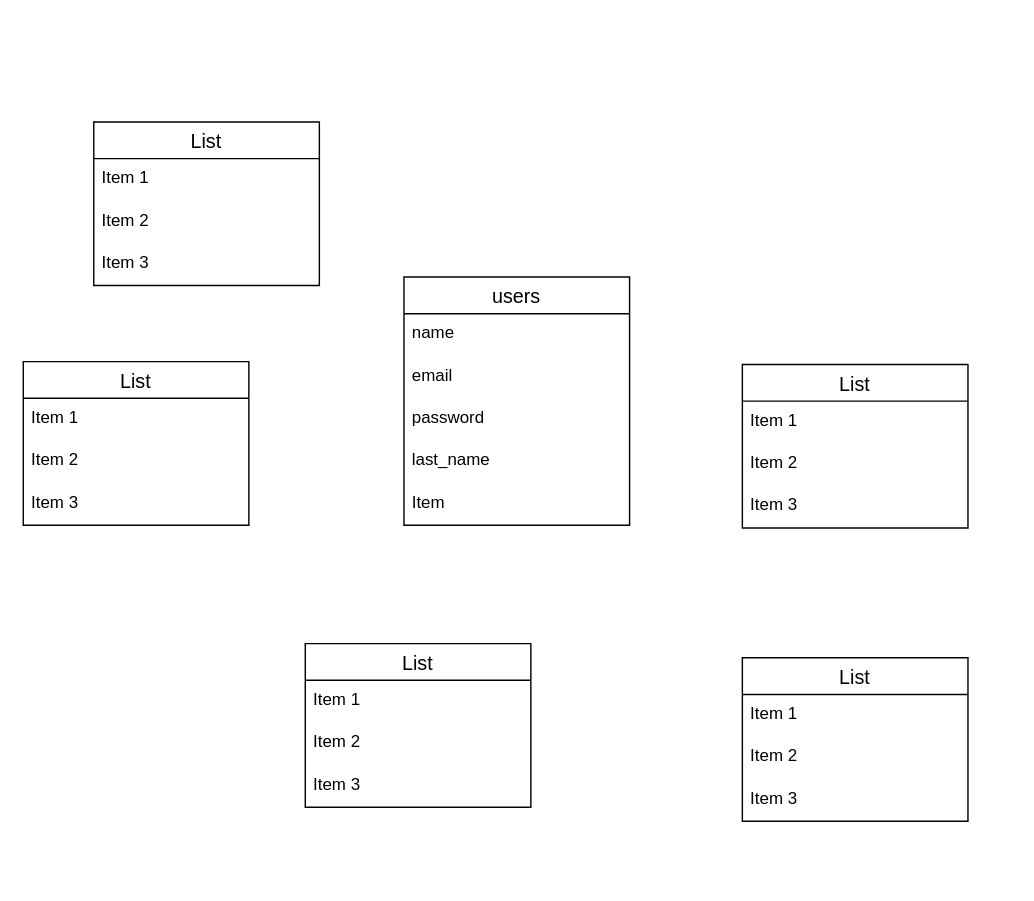
Before: database.dio in tatsuhiko-ooya/repair, a draw.io diagram. Source tidied: cells renumbered, new cells numbered last; positions are measured from the earlier drawing's top-left corner, leaving out a move shared by most shapes. Both pictures are drawn from the tidied source at 141%, with x=0, y=0 at pixel (23, 121).
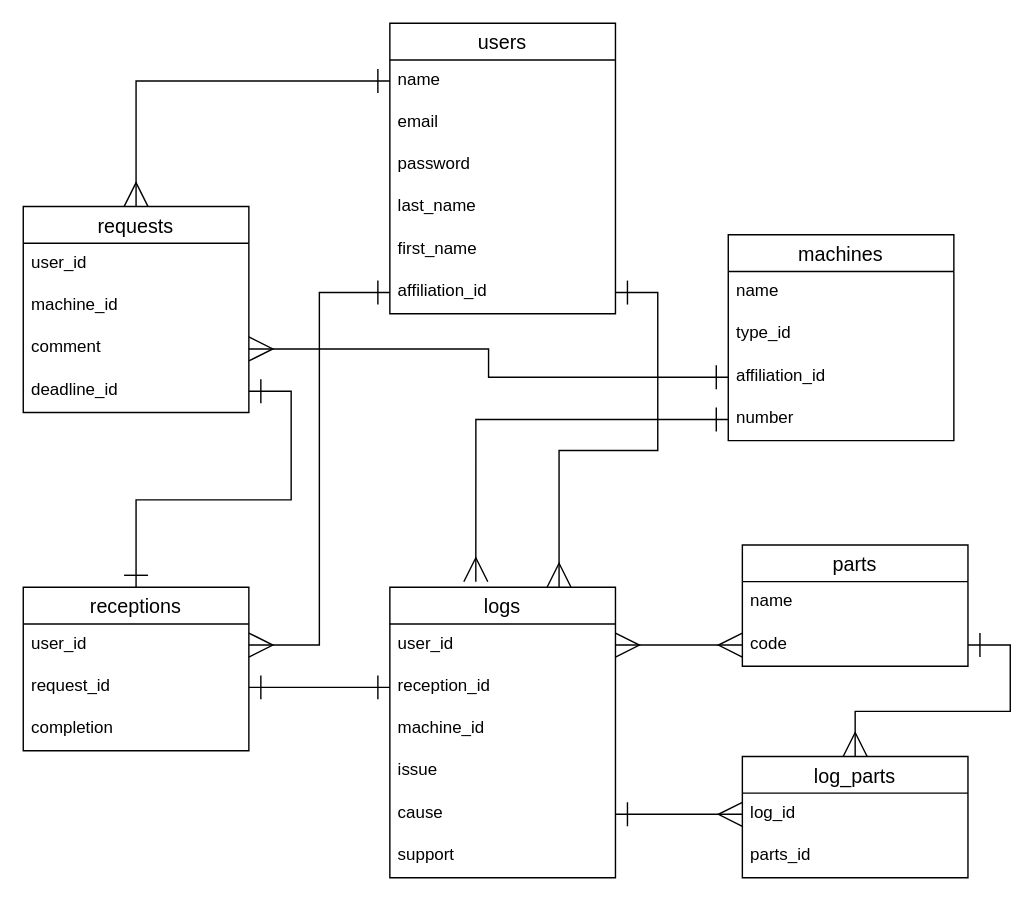
The same page after the edit.

Unchanged cells that the change refers to:
```xml
<mxCell id="3" value="name&#10;" style="text;strokeColor=none;fillColor=none;spacingLeft=4;spacingRight=4;overflow=hidden;points=[[0,0.5],[1,0.5]];portConstraint=eastwest;fontSize=12;" parent="2" vertex="1">
  <mxGeometry y="26" width="160" height="30" as="geometry" />
</mxCell>
```

What changed in the source:
```diff
@@
     <mxCell id="2" value="users" style="swimlane;fontStyle=0;horizontal=1;startSize=26;align=center;fontSize=14;" parent="1" vertex="1">
-      <mxGeometry x="270" y="110" width="160" height="176" as="geometry" />
+      <mxGeometry x="260" y="-70" width="160" height="206" as="geometry" />
     </mxCell>
@@
-    <mxCell id="7" value="Item" style="text;strokeColor=none;fillColor=none;spacingLeft=4;spacingRight=4;overflow=hidden;fontSize=12;" parent="2" vertex="1">
+    <mxCell id="7" value="first_name" style="text;strokeColor=none;fillColor=none;spacingLeft=4;spacingRight=4;overflow=hidden;fontSize=12;" parent="2" vertex="1">
       <mxGeometry y="146" width="160" height="30" as="geometry" />
     </mxCell>
+    <mxCell id="28" value="affiliation_id" style="text;strokeColor=none;fillColor=none;spacingLeft=4;spacingRight=4;overflow=hidden;points=[[0,0.5],[1,0.5]];portConstraint=eastwest;fontSize=12;" parent="2" vertex="1">
+      <mxGeometry y="176" width="160" height="30" as="geometry" />
+    </mxCell>
-    <mxCell id="8" value="List" style="swimlane;fontStyle=0;horizontal=1;startSize=26;align=center;fontSize=14;" parent="1" vertex="1">
-      <mxGeometry x="50" width="160" height="116" as="geometry" />
+    <mxCell id="8" value="machines" style="swimlane;fontStyle=0;horizontal=1;startSize=26;align=center;fontSize=14;" parent="1" vertex="1">
+      <mxGeometry x="500" y="80" width="160" height="146" as="geometry" />
     </mxCell>
-    <mxCell id="9" value="Item 1" style="text;strokeColor=none;fillColor=none;spacingLeft=4;spacingRight=4;overflow=hidden;fontSize=12;" parent="8" vertex="1">
+    <mxCell id="9" value="name" style="text;strokeColor=none;fillColor=none;spacingLeft=4;spacingRight=4;overflow=hidden;fontSize=12;" parent="8" vertex="1">
       <mxGeometry y="26" width="160" height="30" as="geometry" />
     </mxCell>
-    <mxCell id="10" value="Item 2" style="text;strokeColor=none;fillColor=none;spacingLeft=4;spacingRight=4;overflow=hidden;fontSize=12;" parent="8" vertex="1">
+    <mxCell id="10" value="type_id" style="text;strokeColor=none;fillColor=none;spacingLeft=4;spacingRight=4;overflow=hidden;fontSize=12;" parent="8" vertex="1">
       <mxGeometry y="56" width="160" height="30" as="geometry" />
     </mxCell>
-    <mxCell id="11" value="Item 3" style="text;strokeColor=none;fillColor=none;spacingLeft=4;spacingRight=4;overflow=hidden;points=[[0,0.5],[1,0.5]];portConstraint=eastwest;fontSize=12;" parent="8" vertex="1">
+    <mxCell id="11" value="affiliation_id" style="text;strokeColor=none;fillColor=none;spacingLeft=4;spacingRight=4;overflow=hidden;points=[[0,0.5],[1,0.5]];portConstraint=eastwest;fontSize=12;" parent="8" vertex="1">
       <mxGeometry y="86" width="160" height="30" as="geometry" />
     </mxCell>
+    <mxCell id="29" value="number" style="text;strokeColor=none;fillColor=none;spacingLeft=4;spacingRight=4;overflow=hidden;points=[[0,0.5],[1,0.5]];portConstraint=eastwest;fontSize=12;" parent="8" vertex="1">
+      <mxGeometry y="116" width="160" height="30" as="geometry" />
+    </mxCell>
-    <mxCell id="12" value="List" style="swimlane;fontStyle=0;horizontal=1;startSize=26;align=center;fontSize=14;" parent="1" vertex="1">
-      <mxGeometry x="510" y="172" width="160" height="116" as="geometry" />
+    <mxCell id="12" value="logs" style="swimlane;fontStyle=0;horizontal=1;startSize=26;align=center;fontSize=14;" parent="1" vertex="1">
+      <mxGeometry x="260" y="330" width="160" height="206" as="geometry" />
     </mxCell>
-    <mxCell id="13" value="Item 1" style="text;strokeColor=none;fillColor=none;spacingLeft=4;spacingRight=4;overflow=hidden;points=[[0,0.5],[1,0.5]];portConstraint=eastwest;fontSize=12;" parent="12" vertex="1">
+    <mxCell id="13" value="user_id" style="text;strokeColor=none;fillColor=none;spacingLeft=4;spacingRight=4;overflow=hidden;points=[[0,0.5],[1,0.5]];portConstraint=eastwest;fontSize=12;" parent="12" vertex="1">
       <mxGeometry y="26" width="160" height="30" as="geometry" />
     </mxCell>
-    <mxCell id="14" value="Item 2" style="text;strokeColor=none;fillColor=none;spacingLeft=4;spacingRight=4;overflow=hidden;points=[[0,0.5],[1,0.5]];portConstraint=eastwest;fontSize=12;" parent="12" vertex="1">
+    <mxCell id="14" value="reception_id" style="text;strokeColor=none;fillColor=none;spacingLeft=4;spacingRight=4;overflow=hidden;points=[[0,0.5],[1,0.5]];portConstraint=eastwest;fontSize=12;" parent="12" vertex="1">
       <mxGeometry y="56" width="160" height="30" as="geometry" />
     </mxCell>
+    <mxCell id="30" value="machine_id" style="text;strokeColor=none;fillColor=none;spacingLeft=4;spacingRight=4;overflow=hidden;fontSize=12;" parent="12" vertex="1">
+      <mxGeometry y="86" width="160" height="30" as="geometry" />
+    </mxCell>
-    <mxCell id="15" value="Item 3" style="text;strokeColor=none;fillColor=none;spacingLeft=4;spacingRight=4;overflow=hidden;fontSize=12;" parent="12" vertex="1">
-      <mxGeometry y="86" width="160" height="30" as="geometry" />
+    <mxCell id="15" value="issue" style="text;strokeColor=none;fillColor=none;spacingLeft=4;spacingRight=4;overflow=hidden;fontSize=12;" parent="12" vertex="1">
+      <mxGeometry y="116" width="160" height="30" as="geometry" />
     </mxCell>
+    <mxCell id="31" value="cause" style="text;strokeColor=none;fillColor=none;spacingLeft=4;spacingRight=4;overflow=hidden;points=[[0,0.5],[1,0.5]];portConstraint=eastwest;fontSize=12;" parent="12" vertex="1">
+      <mxGeometry y="146" width="160" height="30" as="geometry" />
+    </mxCell>
+    <mxCell id="32" value="support" style="text;strokeColor=none;fillColor=none;spacingLeft=4;spacingRight=4;overflow=hidden;fontSize=12;" parent="12" vertex="1">
+      <mxGeometry y="176" width="160" height="30" as="geometry" />
+    </mxCell>
-    <mxCell id="16" value="List" style="swimlane;fontStyle=0;horizontal=1;startSize=26;align=center;fontSize=14;" parent="1" vertex="1">
-      <mxGeometry x="510" y="380" width="160" height="116" as="geometry" />
+    <mxCell id="16" value="parts" style="swimlane;fontStyle=0;horizontal=1;startSize=26;align=center;fontSize=14;" parent="1" vertex="1">
+      <mxGeometry x="510" y="300" width="160" height="86" as="geometry" />
     </mxCell>
-    <mxCell id="17" value="Item 1" style="text;strokeColor=none;fillColor=none;spacingLeft=4;spacingRight=4;overflow=hidden;fontSize=12;" parent="16" vertex="1">
+    <mxCell id="17" value="name" style="text;strokeColor=none;fillColor=none;spacingLeft=4;spacingRight=4;overflow=hidden;fontSize=12;" parent="16" vertex="1">
       <mxGeometry y="26" width="160" height="30" as="geometry" />
     </mxCell>
-    <mxCell id="18" value="Item 2" style="text;strokeColor=none;fillColor=none;spacingLeft=4;spacingRight=4;overflow=hidden;points=[[0,0.5],[1,0.5]];portConstraint=eastwest;fontSize=12;" parent="16" vertex="1">
+    <mxCell id="18" value="code" style="text;strokeColor=none;fillColor=none;spacingLeft=4;spacingRight=4;overflow=hidden;points=[[0,0.5],[1,0.5]];portConstraint=eastwest;fontSize=12;" parent="16" vertex="1">
       <mxGeometry y="56" width="160" height="30" as="geometry" />
     </mxCell>
-    <mxCell id="19" value="Item 3" style="text;strokeColor=none;fillColor=none;spacingLeft=4;spacingRight=4;overflow=hidden;fontSize=12;" parent="16" vertex="1">
-      <mxGeometry y="86" width="160" height="30" as="geometry" />
-    </mxCell>
-    <mxCell id="20" value="List" style="swimlane;fontStyle=0;horizontal=1;startSize=26;align=center;fontSize=14;" parent="1" vertex="1">
-      <mxGeometry y="170" width="160" height="116" as="geometry" />
+    <mxCell id="20" value="requests" style="swimlane;fontStyle=0;horizontal=1;startSize=26;align=center;fontSize=14;" parent="1" vertex="1">
+      <mxGeometry y="60" width="160" height="146" as="geometry" />
     </mxCell>
-    <mxCell id="21" value="Item 1" style="text;strokeColor=none;fillColor=none;spacingLeft=4;spacingRight=4;overflow=hidden;fontSize=12;" parent="20" vertex="1">
+    <mxCell id="21" value="user_id" style="text;strokeColor=none;fillColor=none;spacingLeft=4;spacingRight=4;overflow=hidden;fontSize=12;" parent="20" vertex="1">
       <mxGeometry y="26" width="160" height="30" as="geometry" />
     </mxCell>
-    <mxCell id="22" value="Item 2" style="text;strokeColor=none;fillColor=none;spacingLeft=4;spacingRight=4;overflow=hidden;fontSize=12;" parent="20" vertex="1">
+    <mxCell id="22" value="machine_id" style="text;strokeColor=none;fillColor=none;spacingLeft=4;spacingRight=4;overflow=hidden;fontSize=12;" parent="20" vertex="1">
       <mxGeometry y="56" width="160" height="30" as="geometry" />
     </mxCell>
-    <mxCell id="23" value="Item 3" style="text;strokeColor=none;fillColor=none;spacingLeft=4;spacingRight=4;overflow=hidden;points=[[0,0.5],[1,0.5]];portConstraint=eastwest;fontSize=12;" parent="20" vertex="1">
+    <mxCell id="23" value="comment" style="text;strokeColor=none;fillColor=none;spacingLeft=4;spacingRight=4;overflow=hidden;points=[[0,0.5],[1,0.5]];portConstraint=eastwest;fontSize=12;" parent="20" vertex="1">
       <mxGeometry y="86" width="160" height="30" as="geometry" />
     </mxCell>
+    <mxCell id="33" value="deadline_id" style="text;strokeColor=none;fillColor=none;spacingLeft=4;spacingRight=4;overflow=hidden;points=[[0,0.5],[1,0.5]];portConstraint=eastwest;fontSize=12;" parent="20" vertex="1">
+      <mxGeometry y="116" width="160" height="30" as="geometry" />
+    </mxCell>
-    <mxCell id="24" value="List" style="swimlane;fontStyle=0;horizontal=1;startSize=26;align=center;fontSize=14;" parent="1" vertex="1">
-      <mxGeometry x="200" y="370" width="160" height="116" as="geometry" />
+    <mxCell id="24" value="receptions" style="swimlane;fontStyle=0;horizontal=1;startSize=26;align=center;fontSize=14;" parent="1" vertex="1">
+      <mxGeometry y="330" width="160" height="116" as="geometry" />
     </mxCell>
-    <mxCell id="25" value="Item 1" style="text;strokeColor=none;fillColor=none;spacingLeft=4;spacingRight=4;overflow=hidden;points=[[0,0.5],[1,0.5]];portConstraint=eastwest;fontSize=12;" parent="24" vertex="1">
+    <mxCell id="25" value="user_id" style="text;strokeColor=none;fillColor=none;spacingLeft=4;spacingRight=4;overflow=hidden;points=[[0,0.5],[1,0.5]];portConstraint=eastwest;fontSize=12;" parent="24" vertex="1">
       <mxGeometry y="26" width="160" height="30" as="geometry" />
     </mxCell>
-    <mxCell id="26" value="Item 2" style="text;strokeColor=none;fillColor=none;spacingLeft=4;spacingRight=4;overflow=hidden;points=[[0,0.5],[1,0.5]];portConstraint=eastwest;fontSize=12;" parent="24" vertex="1">
+    <mxCell id="26" value="request_id" style="text;strokeColor=none;fillColor=none;spacingLeft=4;spacingRight=4;overflow=hidden;points=[[0,0.5],[1,0.5]];portConstraint=eastwest;fontSize=12;" parent="24" vertex="1">
       <mxGeometry y="56" width="160" height="30" as="geometry" />
     </mxCell>
-    <mxCell id="27" value="Item 3" style="text;strokeColor=none;fillColor=none;spacingLeft=4;spacingRight=4;overflow=hidden;fontSize=12;" parent="24" vertex="1">
+    <mxCell id="27" value="completion" style="text;strokeColor=none;fillColor=none;spacingLeft=4;spacingRight=4;overflow=hidden;fontSize=12;" parent="24" vertex="1">
       <mxGeometry y="86" width="160" height="30" as="geometry" />
     </mxCell>
+    <mxCell id="34" value="log_parts" style="swimlane;fontStyle=0;horizontal=1;startSize=26;align=center;fontSize=14;" parent="1" vertex="1">
+      <mxGeometry x="510" y="450" width="160" height="86" as="geometry" />
+    </mxCell>
+    <mxCell id="35" value="log_id" style="text;strokeColor=none;fillColor=none;spacingLeft=4;spacingRight=4;overflow=hidden;points=[[0,0.5],[1,0.5]];portConstraint=eastwest;fontSize=12;" parent="34" vertex="1">
+      <mxGeometry y="26" width="160" height="30" as="geometry" />
+    </mxCell>
+    <mxCell id="36" value="parts_id" style="text;strokeColor=none;fillColor=none;spacingLeft=4;spacingRight=4;overflow=hidden;fontSize=12;" parent="34" vertex="1">
+      <mxGeometry y="56" width="160" height="30" as="geometry" />
+    </mxCell>
+    <mxCell id="37" style="edgeStyle=orthogonalEdgeStyle;rounded=0;jettySize=auto;html=1;exitX=1;exitY=0.5;exitDx=0;exitDy=0;entryX=0.75;entryY=0;entryDx=0;entryDy=0;startArrow=ERone;startFill=0;startSize=15;endArrow=ERmany;endFill=0;endSize=15;" parent="1" edge="1" source="28" target="12">
+      <mxGeometry relative="1" as="geometry" />
+    </mxCell>
+    <mxCell id="38" style="edgeStyle=orthogonalEdgeStyle;rounded=0;jettySize=auto;html=1;exitX=1;exitY=0.5;exitDx=0;exitDy=0;startArrow=ERone;startFill=0;startSize=15;endArrow=ERone;endFill=0;endSize=15;" parent="1" edge="1" source="33" target="24">
+      <mxGeometry relative="1" as="geometry" />
+    </mxCell>
+    <mxCell id="39" style="edgeStyle=orthogonalEdgeStyle;rounded=0;jettySize=auto;html=1;exitX=1;exitY=0.5;exitDx=0;exitDy=0;entryX=0;entryY=0.5;entryDx=0;entryDy=0;startArrow=ERone;startFill=0;startSize=15;endArrow=ERone;endFill=0;endSize=15;" parent="1" edge="1" source="26" target="14">
+      <mxGeometry relative="1" as="geometry" />
+    </mxCell>
+    <mxCell id="40" style="edgeStyle=orthogonalEdgeStyle;rounded=0;jettySize=auto;html=1;exitX=1;exitY=0.5;exitDx=0;exitDy=0;entryX=0;entryY=0.5;entryDx=0;entryDy=0;startArrow=ERmany;startFill=0;startSize=15;endArrow=ERmany;endFill=0;endSize=15;" parent="1" edge="1" source="13" target="18">
+      <mxGeometry relative="1" as="geometry" />
+    </mxCell>
+    <mxCell id="41" style="edgeStyle=orthogonalEdgeStyle;rounded=0;jettySize=auto;html=1;exitX=1;exitY=0.5;exitDx=0;exitDy=0;startArrow=ERone;startFill=0;startSize=15;endArrow=ERmany;endFill=0;endSize=15;" parent="1" edge="1" source="18" target="34">
+      <mxGeometry relative="1" as="geometry" />
+    </mxCell>
+    <mxCell id="42" style="edgeStyle=orthogonalEdgeStyle;rounded=0;jettySize=auto;html=1;exitX=1;exitY=0.5;exitDx=0;exitDy=0;entryX=0;entryY=0.5;entryDx=0;entryDy=0;startArrow=ERone;startFill=0;startSize=15;endArrow=ERmany;endFill=0;endSize=15;" parent="1" edge="1" source="31" target="35">
+      <mxGeometry relative="1" as="geometry" />
+    </mxCell>
+    <mxCell id="43" style="edgeStyle=orthogonalEdgeStyle;rounded=0;jettySize=auto;html=1;exitX=0;exitY=0.5;exitDx=0;exitDy=0;entryX=1;entryY=0.5;entryDx=0;entryDy=0;startArrow=ERone;startFill=0;startSize=15;endArrow=ERmany;endFill=0;endSize=15;" parent="1" edge="1" source="11" target="23">
+      <mxGeometry relative="1" as="geometry" />
+    </mxCell>
+    <mxCell id="44" style="edgeStyle=orthogonalEdgeStyle;rounded=0;jettySize=auto;html=1;exitX=0;exitY=0.5;exitDx=0;exitDy=0;entryX=0.381;entryY=-0.019;entryDx=0;entryDy=0;entryPerimeter=0;startArrow=ERone;startFill=0;startSize=15;endArrow=ERmany;endFill=0;endSize=15;" parent="1" edge="1" source="29" target="12">
+      <mxGeometry relative="1" as="geometry" />
+    </mxCell>
+    <mxCell id="45" style="edgeStyle=orthogonalEdgeStyle;rounded=0;jettySize=auto;html=1;exitX=0;exitY=0.5;exitDx=0;exitDy=0;entryX=1;entryY=0.5;entryDx=0;entryDy=0;startArrow=ERone;startFill=0;startSize=15;endArrow=ERmany;endFill=0;endSize=15;" parent="1" edge="1" source="28" target="25">
+      <mxGeometry relative="1" as="geometry" />
+    </mxCell>
+    <mxCell id="46" style="edgeStyle=orthogonalEdgeStyle;rounded=0;jettySize=auto;html=1;exitX=0;exitY=0.5;exitDx=0;exitDy=0;entryX=0.5;entryY=0;entryDx=0;entryDy=0;startArrow=ERone;startFill=0;startSize=15;endArrow=ERmany;endFill=0;endSize=15;" parent="1" edge="1" source="3" target="20">
+      <mxGeometry relative="1" as="geometry" />
+    </mxCell>
```
